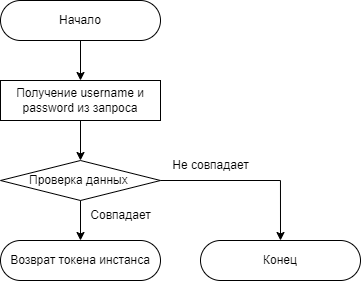
necroin/vss-docs keeps this draw.io diagram as images/algorithm/server/algorithm-server-auth.drawio.png. Above is the earlier version. Source tidied: cells renumbered, new cells last; positions are measured from the earlier drawing's top-left corner, leaving out a move shared by most shapes.
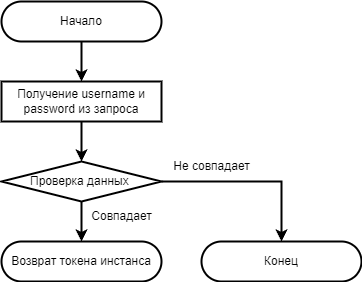
Above is the later version.

What changed in the source:
```diff
@@ -2,41 +2,41 @@
   <root>
     <mxCell id="0" />
     <mxCell id="1" parent="0" />
-    <mxCell id="2" value="Начало" style="rounded=1;whiteSpace=wrap;html=1;arcSize=50;" parent="1" vertex="1">
+    <mxCell id="2" value="Начало" style="rounded=1;whiteSpace=wrap;html=1;arcSize=50;strokeWidth=2;" parent="1" vertex="1">
       <mxGeometry width="160" height="40" as="geometry" />
     </mxCell>
-    <mxCell id="3" value="Возврат токена инстанса" style="rounded=1;whiteSpace=wrap;html=1;arcSize=50;" parent="1" vertex="1">
+    <mxCell id="3" value="Возврат токена инстанса" style="rounded=1;whiteSpace=wrap;html=1;arcSize=50;strokeWidth=2;" parent="1" vertex="1">
       <mxGeometry y="240" width="160" height="40" as="geometry" />
     </mxCell>
-    <mxCell id="4" value="Получение username и password из запроса" style="rounded=0;whiteSpace=wrap;html=1;" parent="1" vertex="1">
+    <mxCell id="4" value="Получение username и password из запроса" style="rounded=0;whiteSpace=wrap;html=1;strokeWidth=2;" parent="1" vertex="1">
       <mxGeometry y="80" width="160" height="40" as="geometry" />
     </mxCell>
-    <mxCell id="5" style="endArrow=classic;html=1;rounded=0;exitX=0.5;exitY=1;exitDx=0;exitDy=0;entryX=0.5;entryY=0;entryDx=0;entryDy=0;" parent="1" edge="1" source="2" target="4">
+    <mxCell id="5" style="endArrow=classic;html=1;rounded=0;exitX=0.5;exitY=1;exitDx=0;exitDy=0;entryX=0.5;entryY=0;entryDx=0;entryDy=0;strokeWidth=2;" parent="1" edge="1" source="2" target="4">
       <mxGeometry relative="1" as="geometry" />
     </mxCell>
-    <mxCell id="6" value="Проверка данных&amp;nbsp;" style="rhombus;whiteSpace=wrap;html=1;" parent="1" vertex="1">
+    <mxCell id="6" value="Проверка данных&amp;nbsp;" style="rhombus;whiteSpace=wrap;html=1;strokeWidth=2;" parent="1" vertex="1">
       <mxGeometry y="160" width="160" height="40" as="geometry" />
     </mxCell>
-    <mxCell id="7" style="endArrow=classic;html=1;rounded=0;exitX=0.5;exitY=1;exitDx=0;exitDy=0;entryX=0.5;entryY=0;entryDx=0;entryDy=0;" parent="1" edge="1" source="6" target="3">
+    <mxCell id="7" style="endArrow=classic;html=1;rounded=0;exitX=0.5;exitY=1;exitDx=0;exitDy=0;entryX=0.5;entryY=0;entryDx=0;entryDy=0;strokeWidth=2;" parent="1" edge="1" source="6" target="3">
       <mxGeometry relative="1" as="geometry" />
     </mxCell>
-    <mxCell id="8" style="endArrow=classic;html=1;rounded=0;exitX=0.5;exitY=1;exitDx=0;exitDy=0;entryX=0.5;entryY=0;entryDx=0;entryDy=0;" parent="1" edge="1" source="4" target="6">
+    <mxCell id="8" style="endArrow=classic;html=1;rounded=0;exitX=0.5;exitY=1;exitDx=0;exitDy=0;entryX=0.5;entryY=0;entryDx=0;entryDy=0;strokeWidth=2;" parent="1" edge="1" source="4" target="6">
       <mxGeometry relative="1" as="geometry" />
     </mxCell>
-    <mxCell id="9" style="endArrow=classic;html=1;rounded=0;exitX=1;exitY=0.5;exitDx=0;exitDy=0;edgeStyle=orthogonalEdgeStyle;entryX=0.5;entryY=0;entryDx=0;entryDy=0;" parent="1" edge="1" source="6" target="12">
+    <mxCell id="9" style="endArrow=classic;html=1;rounded=0;exitX=1;exitY=0.5;exitDx=0;exitDy=0;edgeStyle=orthogonalEdgeStyle;entryX=0.5;entryY=0;entryDx=0;entryDy=0;strokeWidth=2;" parent="1" edge="1" source="6" target="12">
       <mxGeometry relative="1" as="geometry">
         <Array as="points">
           <mxPoint x="280" y="180" />
         </Array>
       </mxGeometry>
     </mxCell>
-    <mxCell id="10" value="Совпадает" style="text;html=1;align=center;verticalAlign=middle;strokeColor=none;fillColor=none;" parent="1" vertex="1">
+    <mxCell id="10" value="Совпадает" style="text;html=1;align=center;verticalAlign=middle;strokeColor=none;fillColor=none;strokeWidth=2;" parent="1" vertex="1">
       <mxGeometry x="80" y="200" width="80" height="30" as="geometry" />
     </mxCell>
-    <mxCell id="11" value="Не совпадает" style="text;html=1;align=center;verticalAlign=middle;strokeColor=none;fillColor=none;" parent="1" vertex="1">
+    <mxCell id="11" value="Не совпадает" style="text;html=1;align=center;verticalAlign=middle;strokeColor=none;fillColor=none;strokeWidth=2;" parent="1" vertex="1">
       <mxGeometry x="160" y="150" width="100" height="30" as="geometry" />
     </mxCell>
-    <mxCell id="12" value="Конец" style="rounded=1;whiteSpace=wrap;html=1;arcSize=50;" parent="1" vertex="1">
+    <mxCell id="12" value="Конец" style="rounded=1;whiteSpace=wrap;html=1;arcSize=50;strokeWidth=2;" parent="1" vertex="1">
       <mxGeometry x="200" y="240" width="160" height="40" as="geometry" />
     </mxCell>
   </root>
```
